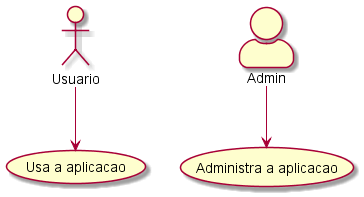
eliabe71/aps-2020_2 keeps this PlantUML diagram as PLANTUML/uml/uc-2.png. Above is the earlier version.
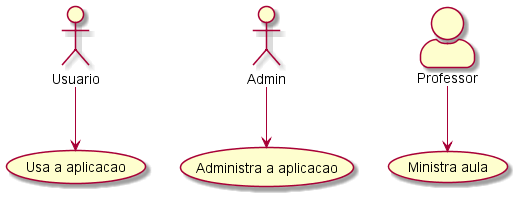
The same file after the commit.

Commit message:
segunda aula

Change to the diagram source:
```diff
@@ -1,6 +1,9 @@
 @startuml
 
 :Usuario: --> (Usa a aplicacao)
+
+:Admin: --> (Administra a aplicacao)
 skinparam actorStyle awesome
-:Admin: --> (Administra a aplicacao)
+:Professor: --> (Ministra aula)
+
 @enduml
```
